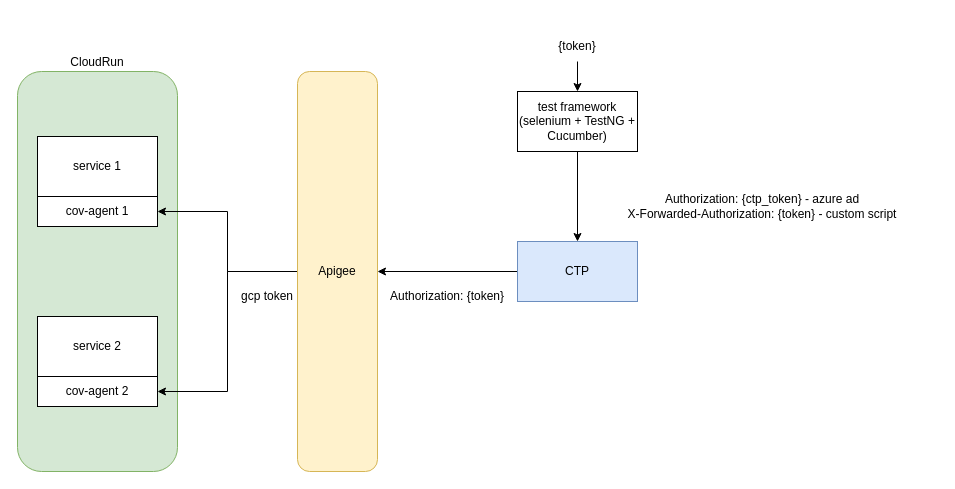
Earlier version of the draw.io diagram poc.drawio (gtrofimov/draw-io-projects). Source tidied: cells renumbered, new cells numbered last; positions are measured from the earlier drawing's top-left corner, leaving out a move shared by most shapes. Both pictures are drawn from the tidied source at 100%, with x=0, y=0 at pixel (17, 31).
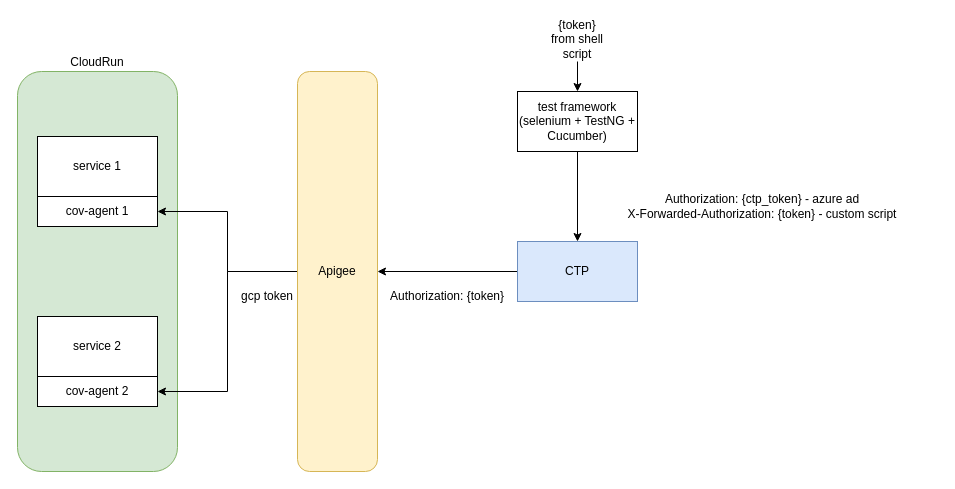
Above is the later version.

What changed in the source:
```diff
@@
 <mxGraphModel>
   <root>
     <mxCell id="0" />
     <mxCell id="1" parent="0" />
     <mxCell id="2" value="CloudRun" style="rounded=1;whiteSpace=wrap;html=1;labelPosition=center;verticalLabelPosition=top;align=center;verticalAlign=bottom;fillColor=#d5e8d4;strokeColor=#82b366;" parent="1" vertex="1">
       <mxGeometry y="40" width="160" height="400" as="geometry" />
     </mxCell>
     <mxCell id="3" value="service 1" style="rounded=0;whiteSpace=wrap;html=1;" parent="1" vertex="1">
       <mxGeometry x="20" y="105" width="120" height="60" as="geometry" />
     </mxCell>
     <mxCell id="4" value="cov-agent 1" style="rounded=0;whiteSpace=wrap;html=1;" parent="1" vertex="1">
       <mxGeometry x="20" y="165" width="120" height="30" as="geometry" />
     </mxCell>
     <mxCell id="5" style="edgeStyle=orthogonalEdgeStyle;rounded=0;jettySize=auto;html=1;exitX=0;exitY=0.5;exitDx=0;exitDy=0;entryX=1;entryY=0.5;entryDx=0;entryDy=0;" parent="1" edge="1" source="7" target="4">
       <mxGeometry relative="1" as="geometry" />
     </mxCell>
     <mxCell id="6" style="edgeStyle=orthogonalEdgeStyle;rounded=0;jettySize=auto;html=1;exitX=0;exitY=0.5;exitDx=0;exitDy=0;entryX=1;entryY=0.5;entryDx=0;entryDy=0;" parent="1" edge="1" source="7" target="13">
       <mxGeometry relative="1" as="geometry" />
     </mxCell>
     <mxCell id="7" value="Apigee" style="rounded=1;whiteSpace=wrap;html=1;labelPosition=center;verticalLabelPosition=middle;align=center;verticalAlign=middle;fillColor=#fff2cc;strokeColor=#d6b656;" parent="1" vertex="1">
       <mxGeometry x="280" y="40" width="80" height="400" as="geometry" />
     </mxCell>
     <mxCell id="8" style="edgeStyle=orthogonalEdgeStyle;rounded=0;jettySize=auto;html=1;entryX=1;entryY=0.5;entryDx=0;entryDy=0;" parent="1" edge="1" source="9" target="7">
       <mxGeometry relative="1" as="geometry" />
     </mxCell>
     <mxCell id="9" value="CTP" style="rounded=0;whiteSpace=wrap;html=1;fillColor=#dae8fc;strokeColor=#6c8ebf;" parent="1" vertex="1">
       <mxGeometry x="500" y="210" width="120" height="60" as="geometry" />
     </mxCell>
     <mxCell id="10" style="edgeStyle=orthogonalEdgeStyle;rounded=0;jettySize=auto;html=1;entryX=0.5;entryY=0;entryDx=0;entryDy=0;" parent="1" edge="1" source="11" target="9">
       <mxGeometry relative="1" as="geometry" />
     </mxCell>
     <mxCell id="11" value="test framework&lt;div&gt;(selenium + TestNG + Cucumber)&lt;/div&gt;" style="rounded=0;whiteSpace=wrap;html=1;" parent="1" vertex="1">
       <mxGeometry x="500" y="60" width="120" height="60" as="geometry" />
     </mxCell>
     <mxCell id="12" value="service 2" style="rounded=0;whiteSpace=wrap;html=1;" parent="1" vertex="1">
       <mxGeometry x="20" y="285" width="120" height="60" as="geometry" />
     </mxCell>
     <mxCell id="13" value="cov-agent 2" style="rounded=0;whiteSpace=wrap;html=1;" parent="1" vertex="1">
       <mxGeometry x="20" y="345" width="120" height="30" as="geometry" />
     </mxCell>
     <mxCell id="14" value="Authorization: {ctp_token} - azure ad&lt;div&gt;X-Forwarded-Authorization: {token} - custom script&lt;/div&gt;" style="text;html=1;align=center;verticalAlign=middle;whiteSpace=wrap;rounded=0;" parent="1" vertex="1">
       <mxGeometry x="570" y="130" width="350" height="90" as="geometry" />
     </mxCell>
     <mxCell id="15" value="Authorization: {token}" style="text;html=1;align=center;verticalAlign=middle;whiteSpace=wrap;rounded=0;rotation=0;" parent="1" vertex="1">
       <mxGeometry x="370" y="220" width="120" height="90" as="geometry" />
     </mxCell>
     <mxCell id="16" style="edgeStyle=orthogonalEdgeStyle;rounded=0;jettySize=auto;html=1;" parent="1" edge="1" source="17" target="11">
       <mxGeometry relative="1" as="geometry" />
     </mxCell>
-    <mxCell id="17" value="{token}" style="text;html=1;align=center;verticalAlign=middle;whiteSpace=wrap;rounded=0;" parent="1" vertex="1">
+    <mxCell id="17" value="{token} from shell script&lt;div&gt;&lt;br&gt;&lt;/div&gt;" style="text;html=1;align=center;verticalAlign=middle;whiteSpace=wrap;rounded=0;" parent="1" vertex="1">
       <mxGeometry x="530" width="60" height="30" as="geometry" />
     </mxCell>
     <mxCell id="18" value="gcp token" style="text;html=1;align=center;verticalAlign=middle;whiteSpace=wrap;rounded=0;" parent="1" vertex="1">
       <mxGeometry x="220" y="250" width="60" height="30" as="geometry" />
     </mxCell>
   </root>
 </mxGraphModel>
```
